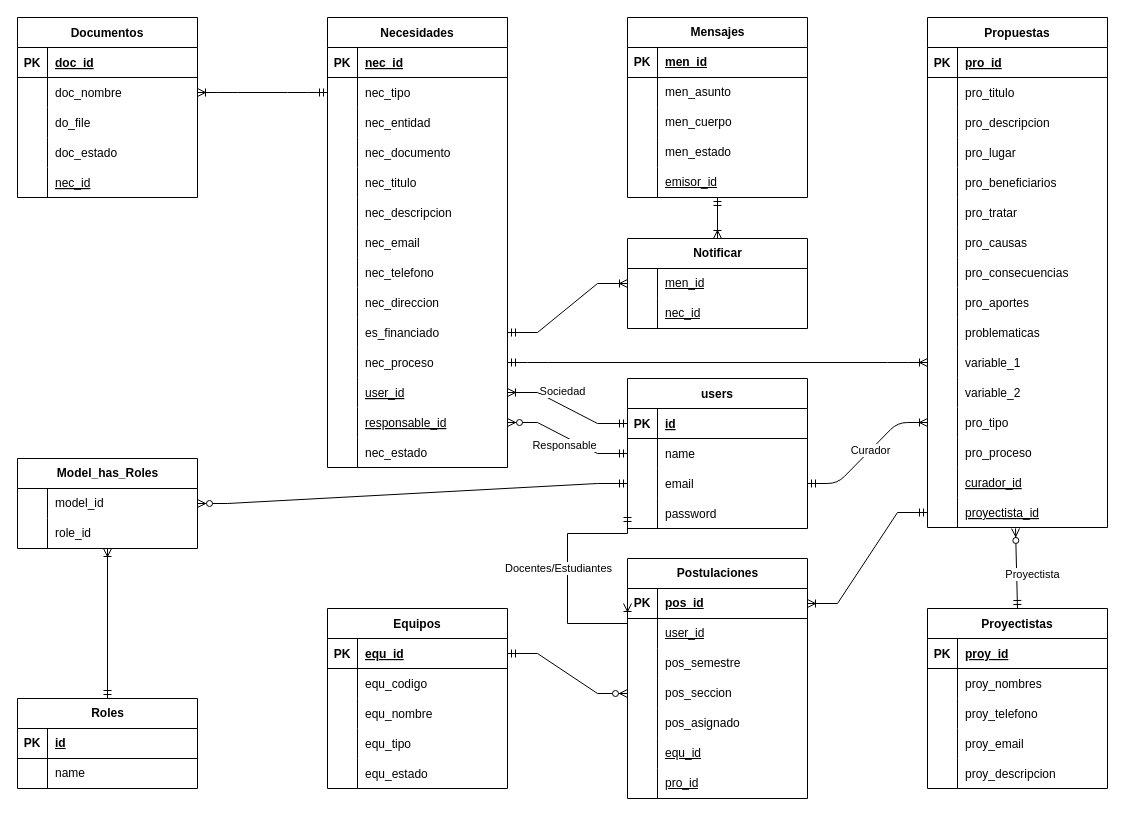
Transformacion-Digital-UDH/Ideas keeps this draw.io diagram as database.drawio. Above is the earlier version. Source tidied: cells renumbered, new cells numbered last; positions are measured from the earlier drawing's top-left corner, leaving out a move shared by most shapes. Both pictures are drawn from the tidied source at 100%, with x=0, y=0 at pixel (17, 17).
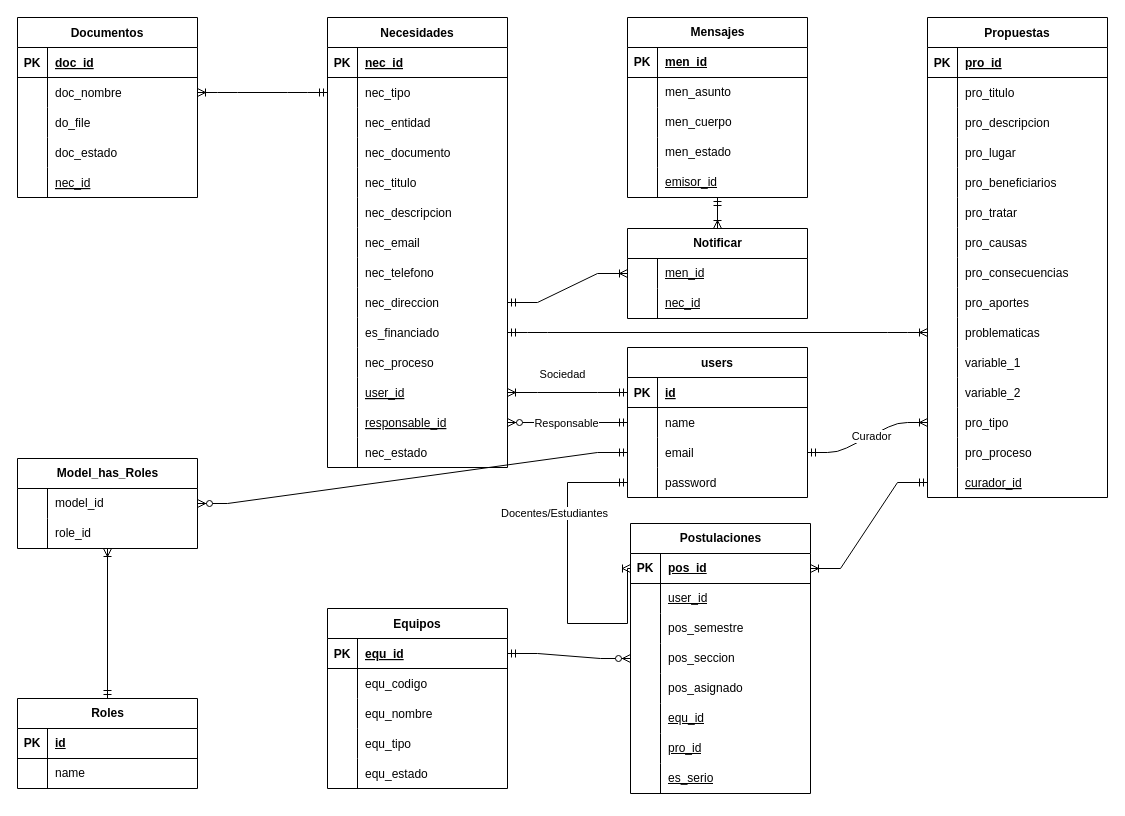
The same diagram, later.

Unchanged cells that the change refers to:
```xml
<mxCell id="27" style="shape=tableRow;horizontal=0;startSize=0;swimlaneHead=0;swimlaneBody=0;fillColor=none;points=[[0,0.5],[1,0.5]];portConstraint=eastwest;top=0;left=0;right=0;bottom=0;" parent="2" vertex="1">
  <mxGeometry y="270" width="180" height="30" as="geometry" />
</mxCell>
<mxCell id="30" style="shape=tableRow;horizontal=0;startSize=0;swimlaneHead=0;swimlaneBody=0;fillColor=none;points=[[0,0.5],[1,0.5]];portConstraint=eastwest;top=0;left=0;right=0;bottom=0;" parent="2" vertex="1">
  <mxGeometry y="300" width="180" height="30" as="geometry" />
</mxCell>
<mxCell id="33" style="shape=tableRow;horizontal=0;startSize=0;swimlaneHead=0;swimlaneBody=0;fillColor=none;points=[[0,0.5],[1,0.5]];portConstraint=eastwest;top=0;left=0;right=0;bottom=0;" parent="2" vertex="1">
  <mxGeometry y="330" width="180" height="30" as="geometry" />
</mxCell>
<mxCell id="73" style="shape=tableRow;horizontal=0;startSize=0;swimlaneHead=0;swimlaneBody=0;fillColor=none;points=[[0,0.5],[1,0.5]];portConstraint=eastwest;top=0;left=0;right=0;bottom=0;" parent="45" vertex="1">
  <mxGeometry y="300" width="180" height="30" as="geometry" />
</mxCell>
<mxCell id="76" style="shape=tableRow;horizontal=0;startSize=0;swimlaneHead=0;swimlaneBody=0;fillColor=none;points=[[0,0.5],[1,0.5]];portConstraint=eastwest;top=0;left=0;right=0;bottom=0;" parent="45" vertex="1">
  <mxGeometry y="330" width="180" height="30" as="geometry" />
</mxCell>
<mxCell id="88" style="shape=tableRow;horizontal=0;startSize=0;swimlaneHead=0;swimlaneBody=0;fillColor=none;points=[[0,0.5],[1,0.5]];portConstraint=eastwest;top=0;left=0;right=0;bottom=0;" parent="45" vertex="1">
  <mxGeometry y="450" width="180" height="30" as="geometry" />
</mxCell>
<mxCell id="105" style="shape=tableRow;horizontal=0;startSize=0;swimlaneHead=0;swimlaneBody=0;fillColor=none;points=[[0,0.5],[1,0.5]];portConstraint=eastwest;top=0;left=0;right=0;bottom=0;" parent="95" vertex="1">
  <mxGeometry y="120" width="180" height="30" as="geometry" />
</mxCell>
<mxCell id="160" style="shape=tableRow;horizontal=0;startSize=0;swimlaneHead=0;swimlaneBody=0;fillColor=none;points=[[0,0.5],[1,0.5]];portConstraint=eastwest;top=0;left=0;right=0;bottom=1;" parent="159" vertex="1">
  <mxGeometry y="30" width="180" height="30" as="geometry" />
</mxCell>
<mxCell id="203" style="shape=tableRow;horizontal=0;startSize=0;swimlaneHead=0;swimlaneBody=0;fillColor=none;points=[[0,0.5],[1,0.5]];portConstraint=eastwest;top=0;left=0;right=0;bottom=0;" parent="202" vertex="1">
  <mxGeometry y="30" width="180" height="30" as="geometry" />
</mxCell>
```

The edit, as a diff of the source:
```diff
@@
     <mxCell id="45" value="Propuestas" style="shape=table;startSize=30;childLayout=tableLayout;rowLines=0;fontStyle=1;align=center;" parent="1" vertex="1">
-      <mxGeometry x="910" width="180" height="510" as="geometry" />
+      <mxGeometry x="910" width="180" height="480" as="geometry" />
     </mxCell>
@@
-    <mxCell id="91" style="shape=tableRow;horizontal=0;startSize=0;swimlaneHead=0;swimlaneBody=0;fillColor=none;points=[[0,0.5],[1,0.5]];portConstraint=eastwest;top=0;left=0;right=0;bottom=0;" parent="45" vertex="1">
-      <mxGeometry y="480" width="180" height="30" as="geometry" />
-    </mxCell>
-    <mxCell id="92" style="shape=partialRectangle;fillColor=none;top=0;left=0;bottom=0;right=0;overflow=hidden;" parent="91" vertex="1">
-      <mxGeometry width="30" height="30" as="geometry" />
-    </mxCell>
-    <mxCell id="93" value="proyectista_id" style="shape=partialRectangle;fillColor=none;top=0;left=0;bottom=0;right=0;align=left;spacingLeft=6;overflow=hidden;fontStyle=4;" parent="91" vertex="1">
-      <mxGeometry x="30" width="150" height="30" as="geometry" />
-    </mxCell>
-    <mxCell id="94" style="edgeStyle=entityRelationEdgeStyle;fontSize=12;html=1;endArrow=ERoneToMany;startArrow=ERmandOne;exitX=1;exitY=0.5;exitDx=0;exitDy=0;entryX=0;entryY=0.5;entryDx=0;entryDy=0;" parent="1" edge="1" source="33" target="76">
+    <mxCell id="94" style="edgeStyle=entityRelationEdgeStyle;fontSize=12;html=1;endArrow=ERoneToMany;startArrow=ERmandOne;exitX=1;exitY=0.5;exitDx=0;exitDy=0;entryX=0;entryY=0.5;entryDx=0;entryDy=0;" parent="1" edge="1" source="30" target="73">
       <mxGeometry relative="1" as="geometry" />
     </mxCell>
     <mxCell id="95" value="users" style="shape=table;startSize=30;childLayout=tableLayout;rowLines=0;fontStyle=1;align=center;" parent="1" vertex="1">
-      <mxGeometry x="610" y="361" width="180" height="150" as="geometry" />
+      <mxGeometry x="610" y="330" width="180" height="150" as="geometry" />
     </mxCell>
@@
-    <mxCell id="127" value="Proyectistas" style="shape=table;startSize=30;childLayout=tableLayout;rowLines=0;fontStyle=1;align=center;" parent="1" vertex="1">
-      <mxGeometry x="910" y="591" width="180" height="180" as="geometry" />
-    </mxCell>
-    <mxCell id="128" style="shape=tableRow;horizontal=0;startSize=0;swimlaneHead=0;swimlaneBody=0;fillColor=none;top=0;left=0;right=0;bottom=1;" parent="127" vertex="1">
-      <mxGeometry y="30" width="180" height="30" as="geometry" />
-    </mxCell>
-    <mxCell id="129" value="PK" style="shape=partialRectangle;fillColor=none;top=0;left=0;bottom=0;right=0;fontStyle=1;overflow=hidden;" parent="128" vertex="1">
-      <mxGeometry width="30" height="30" as="geometry" />
-    </mxCell>
-    <mxCell id="130" value="proy_id" style="shape=partialRectangle;fillColor=none;top=0;left=0;bottom=0;right=0;align=left;spacingLeft=6;fontStyle=5;overflow=hidden;" parent="128" vertex="1">
-      <mxGeometry x="30" width="150" height="30" as="geometry" />
-    </mxCell>
-    <mxCell id="131" style="shape=tableRow;horizontal=0;startSize=0;swimlaneHead=0;swimlaneBody=0;fillColor=none;top=0;left=0;right=0;bottom=0;" parent="127" vertex="1">
-      <mxGeometry y="60" width="180" height="30" as="geometry" />
-    </mxCell>
-    <mxCell id="132" style="shape=partialRectangle;fillColor=none;top=0;left=0;bottom=0;right=0;overflow=hidden;" parent="131" vertex="1">
-      <mxGeometry width="30" height="30" as="geometry" />
-    </mxCell>
-    <mxCell id="133" value="proy_nombres" style="shape=partialRectangle;fillColor=none;top=0;left=0;bottom=0;right=0;align=left;spacingLeft=6;overflow=hidden;" parent="131" vertex="1">
-      <mxGeometry x="30" width="150" height="30" as="geometry" />
-    </mxCell>
-    <mxCell id="134" style="shape=tableRow;horizontal=0;startSize=0;swimlaneHead=0;swimlaneBody=0;fillColor=none;top=0;left=0;right=0;bottom=0;" parent="127" vertex="1">
-      <mxGeometry y="90" width="180" height="30" as="geometry" />
-    </mxCell>
-    <mxCell id="135" style="shape=partialRectangle;fillColor=none;top=0;left=0;bottom=0;right=0;overflow=hidden;" parent="134" vertex="1">
-      <mxGeometry width="30" height="30" as="geometry" />
-    </mxCell>
-    <mxCell id="136" value="proy_telefono" style="shape=partialRectangle;fillColor=none;top=0;left=0;bottom=0;right=0;align=left;spacingLeft=6;overflow=hidden;" parent="134" vertex="1">
-      <mxGeometry x="30" width="150" height="30" as="geometry" />
-    </mxCell>
-    <mxCell id="137" style="shape=tableRow;horizontal=0;startSize=0;swimlaneHead=0;swimlaneBody=0;fillColor=none;top=0;left=0;right=0;bottom=0;" parent="127" vertex="1">
-      <mxGeometry y="120" width="180" height="30" as="geometry" />
-    </mxCell>
-    <mxCell id="138" style="shape=partialRectangle;fillColor=none;top=0;left=0;bottom=0;right=0;overflow=hidden;" parent="137" vertex="1">
-      <mxGeometry width="30" height="30" as="geometry" />
-    </mxCell>
-    <mxCell id="139" value="proy_email" style="shape=partialRectangle;fillColor=none;top=0;left=0;bottom=0;right=0;align=left;spacingLeft=6;overflow=hidden;" parent="137" vertex="1">
-      <mxGeometry x="30" width="150" height="30" as="geometry" />
-    </mxCell>
-    <mxCell id="140" style="shape=tableRow;horizontal=0;startSize=0;swimlaneHead=0;swimlaneBody=0;fillColor=none;top=0;left=0;right=0;bottom=0;" parent="127" vertex="1">
-      <mxGeometry y="150" width="180" height="30" as="geometry" />
-    </mxCell>
-    <mxCell id="141" style="shape=partialRectangle;fillColor=none;top=0;left=0;bottom=0;right=0;overflow=hidden;" parent="140" vertex="1">
-      <mxGeometry width="30" height="30" as="geometry" />
-    </mxCell>
-    <mxCell id="142" value="proy_descripcion" style="shape=partialRectangle;fillColor=none;top=0;left=0;bottom=0;right=0;align=left;spacingLeft=6;overflow=hidden;" parent="140" vertex="1">
-      <mxGeometry x="30" width="150" height="30" as="geometry" />
-    </mxCell>
@@
     <mxCell id="159" value="Postulaciones" style="shape=table;startSize=30;childLayout=tableLayout;rowLines=0;fontStyle=1;align=center;html=1;" parent="1" vertex="1">
-      <mxGeometry x="610" y="541" width="180" height="240" as="geometry" />
+      <mxGeometry x="613" y="506" width="180" height="270" as="geometry" />
     </mxCell>
@@
+    <mxCell id="232" style="shape=tableRow;horizontal=0;startSize=0;swimlaneHead=0;swimlaneBody=0;fillColor=none;top=0;left=0;right=0;bottom=0;" parent="159" vertex="1">
+      <mxGeometry y="240" width="180" height="30" as="geometry" />
+    </mxCell>
+    <mxCell id="233" style="shape=partialRectangle;fillColor=none;top=0;left=0;bottom=0;right=0;overflow=hidden;whiteSpace=wrap;html=1;" parent="232" vertex="1">
+      <mxGeometry width="30" height="30" as="geometry" />
+    </mxCell>
+    <mxCell id="234" value="&lt;u&gt;es_serio&lt;/u&gt;" style="shape=partialRectangle;fillColor=none;top=0;left=0;bottom=0;right=0;align=left;spacingLeft=6;overflow=hidden;whiteSpace=wrap;html=1;" parent="232" vertex="1">
+      <mxGeometry x="30" width="150" height="30" as="geometry" />
+    </mxCell>
-    <mxCell id="181" style="edgeStyle=entityRelationEdgeStyle;fontSize=12;html=1;endArrow=ERoneToMany;startArrow=ERmandOne;rounded=0;entryX=1;entryY=0.5;entryDx=0;entryDy=0;exitX=0;exitY=0.5;exitDx=0;exitDy=0;" parent="1" edge="1" source="91" target="160">
+    <mxCell id="181" style="edgeStyle=entityRelationEdgeStyle;fontSize=12;html=1;endArrow=ERoneToMany;startArrow=ERmandOne;rounded=0;entryX=1;entryY=0.5;entryDx=0;entryDy=0;exitX=0;exitY=0.5;exitDx=0;exitDy=0;" parent="1" edge="1" source="88" target="160">
       <mxGeometry relative="1" as="geometry" />
     </mxCell>
     <mxCell id="182" style="fontSize=12;html=1;endArrow=ERoneToMany;startArrow=ERmandOne;rounded=0;edgeStyle=orthogonalEdgeStyle;entryX=0;entryY=0.5;entryDx=0;entryDy=0;exitX=0;exitY=0.5;exitDx=0;exitDy=0;" parent="1" edge="1" source="105" target="160">
       <mxGeometry relative="1" as="geometry">
         <Array as="points">
-          <mxPoint x="550" y="516" />
+          <mxPoint x="550" y="465" />
           <mxPoint x="550" y="606" />
+          <mxPoint x="610" y="606" />
+          <mxPoint x="610" y="551" />
         </Array>
       </mxGeometry>
     </mxCell>
     <mxCell id="183" value="Docentes/Estudiantes" style="edgeLabel;html=1;align=center;verticalAlign=middle;" parent="182" vertex="1">
       <mxGeometry x="-0.03" y="4" relative="1" as="geometry">
-        <mxPoint x="-14" y="-7" as="offset" />
+        <mxPoint x="-18" y="-65" as="offset" />
       </mxGeometry>
     </mxCell>
@@
     <mxCell id="202" value="Notificar" style="shape=table;startSize=30;childLayout=tableLayout;rowLines=0;fontStyle=1;align=center;html=1;" parent="1" vertex="1">
-      <mxGeometry x="610" y="221" width="180" height="90" as="geometry" />
+      <mxGeometry x="610" y="211" width="180" height="90" as="geometry" />
     </mxCell>
@@
-    <mxCell id="210" style="edgeStyle=entityRelationEdgeStyle;fontSize=12;html=1;endArrow=ERoneToMany;startArrow=ERmandOne;rounded=0;entryX=0;entryY=0.5;entryDx=0;entryDy=0;exitX=1;exitY=0.5;exitDx=0;exitDy=0;" parent="1" edge="1" source="30" target="203">
+    <mxCell id="210" style="edgeStyle=entityRelationEdgeStyle;fontSize=12;html=1;endArrow=ERoneToMany;startArrow=ERmandOne;rounded=0;entryX=0;entryY=0.5;entryDx=0;entryDy=0;exitX=1;exitY=0.5;exitDx=0;exitDy=0;" parent="1" edge="1" source="27" target="203">
       <mxGeometry relative="1" as="geometry" />
     </mxCell>
@@
-    <mxCell id="212" style="fontSize=12;html=1;endArrow=ERzeroToMany;startArrow=ERmandOne;rounded=0;exitX=0.5;exitY=0;exitDx=0;exitDy=0;entryX=0.489;entryY=1.033;entryDx=0;entryDy=0;entryPerimeter=0;" parent="1" edge="1" source="127" target="91">
-      <mxGeometry relative="1" as="geometry" />
-    </mxCell>
-    <mxCell id="213" value="Proyectista" style="edgeLabel;html=1;align=center;verticalAlign=middle;" parent="212" vertex="1">
-      <mxGeometry x="0.06" relative="1" as="geometry">
-        <mxPoint x="16" y="7" as="offset" />
-      </mxGeometry>
-    </mxCell>
```
